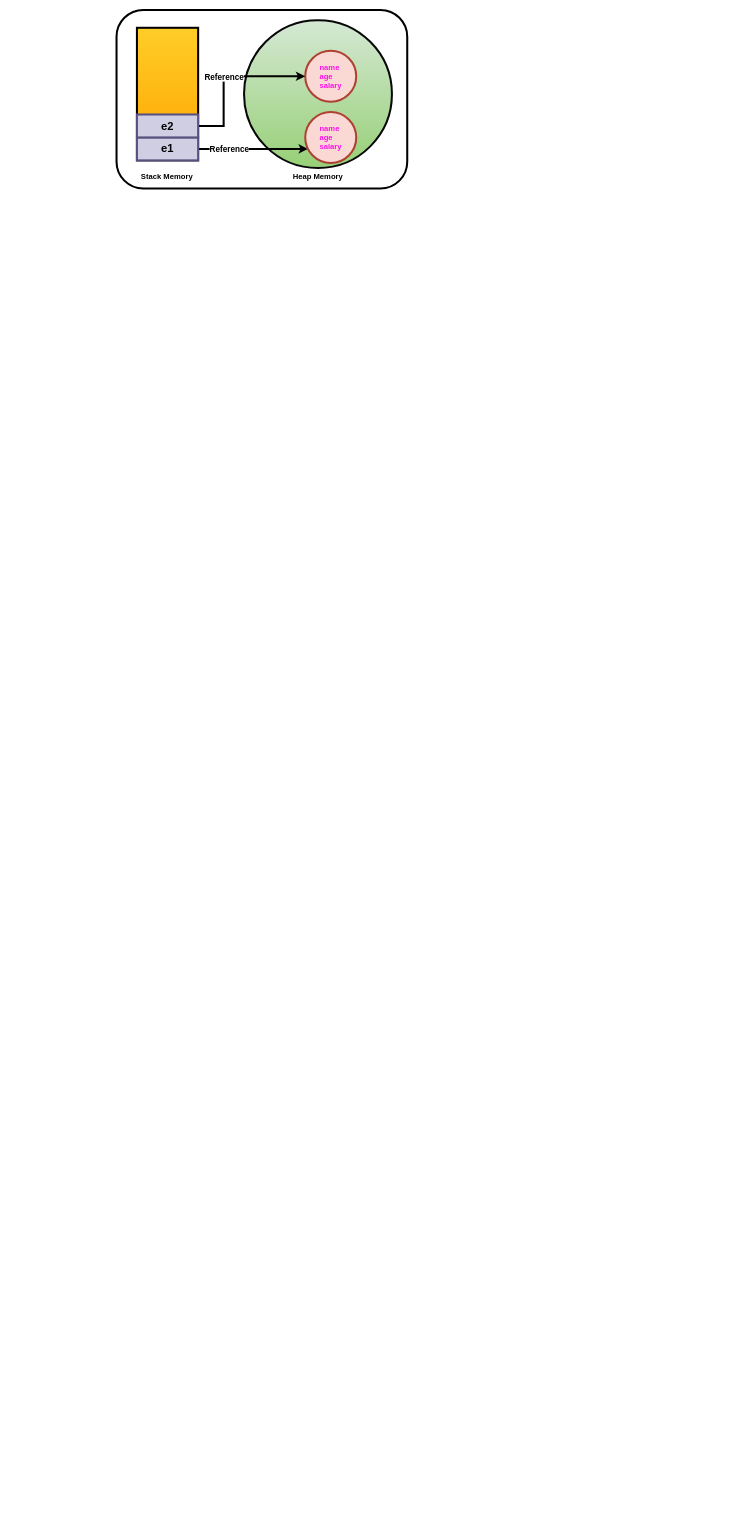
This is page "Page-4" (4 of 4) of AWS.drawio from Dhruv9066/Assignment, a draw.io file, before an edit. Source tidied: cells renumbered, new cells numbered last; positions are measured from the earlier drawing's top-left corner, leaving out a move shared by most shapes. Both pictures are drawn from the tidied source at 51%, with x=0, y=0 at pixel (116, 10).
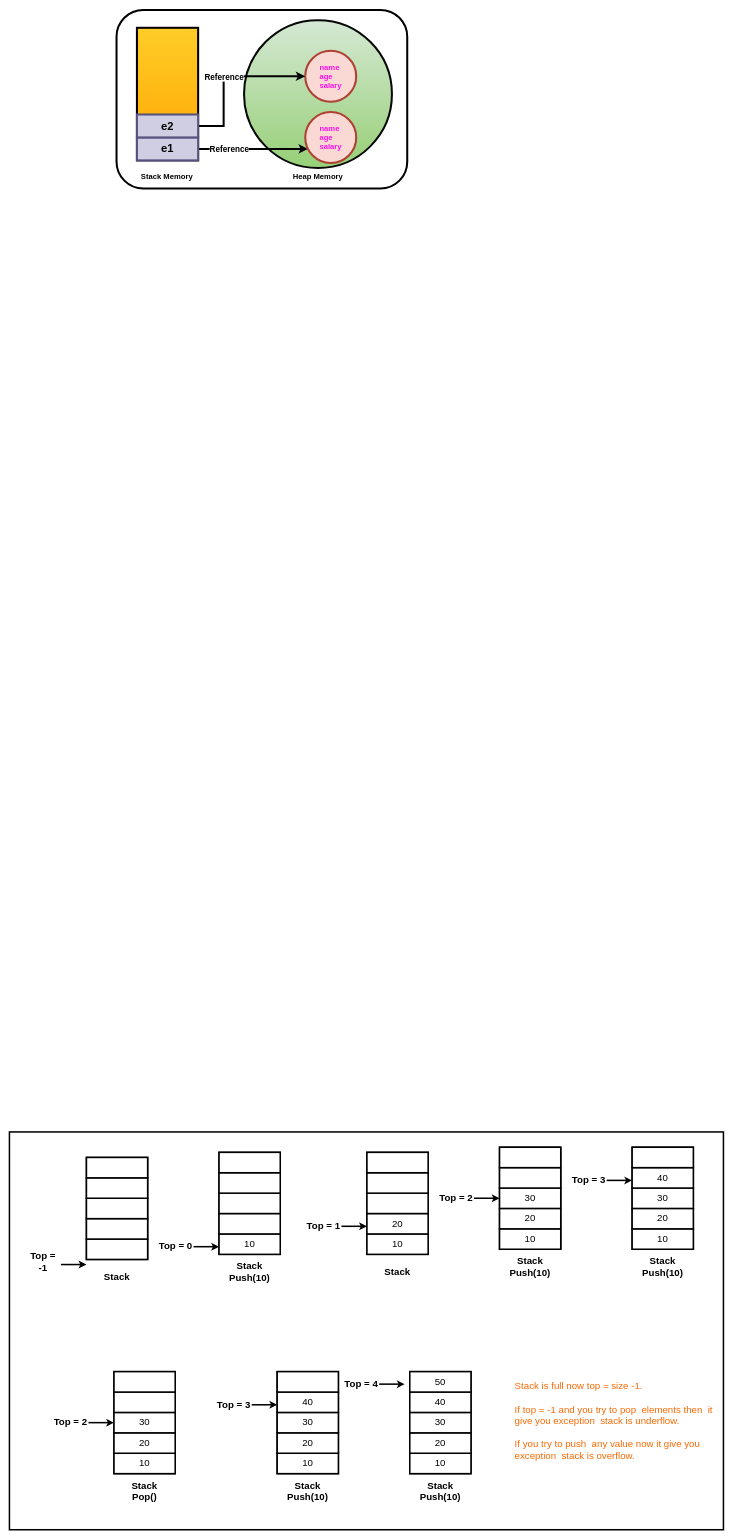
The same diagram, later.

The edit, as a diff of the source:
```diff
@@
+    <mxCell id="15" style="rounded=0;whiteSpace=wrap;html=1;strokeWidth=3;" parent="1" vertex="1">
+      <mxGeometry x="-210" y="2200" width="1400" height="780" as="geometry" />
+    </mxCell>
@@
+    <mxCell id="16" style="rounded=0;whiteSpace=wrap;html=1;fontSize=19;strokeWidth=3;" parent="1" vertex="1">
+      <mxGeometry x="-59" y="2250" width="120" height="200" as="geometry" />
+    </mxCell>
+    <mxCell id="17" style="rounded=0;whiteSpace=wrap;html=1;fontSize=19;strokeWidth=3;" parent="1" vertex="1">
+      <mxGeometry x="-59" y="2410" width="120" height="40" as="geometry" />
+    </mxCell>
+    <mxCell id="18" style="rounded=0;whiteSpace=wrap;html=1;fontSize=19;strokeWidth=3;" parent="1" vertex="1">
+      <mxGeometry x="-59" y="2370" width="120" height="40" as="geometry" />
+    </mxCell>
+    <mxCell id="19" style="rounded=0;whiteSpace=wrap;html=1;fontSize=19;strokeWidth=3;" parent="1" vertex="1">
+      <mxGeometry x="-59" y="2330" width="120" height="40" as="geometry" />
+    </mxCell>
+    <mxCell id="20" style="rounded=0;whiteSpace=wrap;html=1;fontSize=19;strokeWidth=3;" parent="1" vertex="1">
+      <mxGeometry x="-59" y="2290" width="120" height="40" as="geometry" />
+    </mxCell>
+    <mxCell id="21" style="rounded=0;whiteSpace=wrap;html=1;fontSize=19;strokeWidth=3;" parent="1" vertex="1">
+      <mxGeometry x="-59" y="2250" width="120" height="40" as="geometry" />
+    </mxCell>
+    <mxCell id="22" value="&lt;font style=&quot;font-size: 19px;&quot;&gt;&lt;b style=&quot;font-size: 19px;&quot;&gt;Stack&lt;/b&gt;&lt;/font&gt;" style="text;html=1;strokeColor=none;fillColor=none;align=center;verticalAlign=middle;whiteSpace=wrap;rounded=0;fontSize=19;strokeWidth=3;" parent="1" vertex="1">
+      <mxGeometry x="-49" y="2470" width="100" height="30" as="geometry" />
+    </mxCell>
+    <mxCell id="23" style="endArrow=classic;html=1;rounded=0;fontSize=19;strokeWidth=3;" parent="1" edge="1">
+      <mxGeometry relative="1" as="geometry">
+        <mxPoint x="-109" y="2460" as="sourcePoint" />
+        <mxPoint x="-59" y="2460" as="targetPoint" />
+      </mxGeometry>
+    </mxCell>
+    <mxCell id="24" value="&lt;b style=&quot;font-size: 19px;&quot;&gt;&lt;font style=&quot;font-size: 19px;&quot;&gt;Top = -1&lt;/font&gt;&lt;/b&gt;" style="text;html=1;strokeColor=none;fillColor=none;align=center;verticalAlign=middle;whiteSpace=wrap;rounded=0;fontSize=19;strokeWidth=3;" parent="1" vertex="1">
+      <mxGeometry x="-179" y="2440" width="70" height="30" as="geometry" />
+    </mxCell>
+    <mxCell id="25" style="rounded=0;whiteSpace=wrap;html=1;fontSize=19;strokeWidth=3;" parent="1" vertex="1">
+      <mxGeometry x="201" y="2240" width="120" height="200" as="geometry" />
+    </mxCell>
+    <mxCell id="26" value="10" style="rounded=0;whiteSpace=wrap;html=1;fontSize=19;strokeWidth=3;" parent="1" vertex="1">
+      <mxGeometry x="201" y="2400" width="120" height="40" as="geometry" />
+    </mxCell>
+    <mxCell id="27" style="rounded=0;whiteSpace=wrap;html=1;fontSize=19;strokeWidth=3;" parent="1" vertex="1">
+      <mxGeometry x="201" y="2360" width="120" height="40" as="geometry" />
+    </mxCell>
+    <mxCell id="28" style="rounded=0;whiteSpace=wrap;html=1;fontSize=19;strokeWidth=3;" parent="1" vertex="1">
+      <mxGeometry x="201" y="2320" width="120" height="40" as="geometry" />
+    </mxCell>
+    <mxCell id="29" style="rounded=0;whiteSpace=wrap;html=1;fontSize=19;strokeWidth=3;" parent="1" vertex="1">
+      <mxGeometry x="201" y="2280" width="120" height="40" as="geometry" />
+    </mxCell>
+    <mxCell id="30" style="rounded=0;whiteSpace=wrap;html=1;fontSize=19;strokeWidth=3;" parent="1" vertex="1">
+      <mxGeometry x="201" y="2240" width="120" height="40" as="geometry" />
+    </mxCell>
+    <mxCell id="31" value="&lt;font style=&quot;font-size: 19px;&quot;&gt;&lt;b style=&quot;font-size: 19px;&quot;&gt;Stack&lt;br style=&quot;font-size: 19px;&quot;&gt;Push(10)&lt;br style=&quot;font-size: 19px;&quot;&gt;&lt;/b&gt;&lt;/font&gt;" style="text;html=1;strokeColor=none;fillColor=none;align=center;verticalAlign=middle;whiteSpace=wrap;rounded=0;fontSize=19;strokeWidth=3;" parent="1" vertex="1">
+      <mxGeometry x="211" y="2460" width="100" height="30" as="geometry" />
+    </mxCell>
+    <mxCell id="32" style="endArrow=classic;html=1;rounded=0;fontSize=19;strokeWidth=3;" parent="1" edge="1">
+      <mxGeometry relative="1" as="geometry">
+        <mxPoint x="151" y="2425" as="sourcePoint" />
+        <mxPoint x="201" y="2425" as="targetPoint" />
+      </mxGeometry>
+    </mxCell>
+    <mxCell id="33" value="&lt;b style=&quot;font-size: 19px;&quot;&gt;&lt;font style=&quot;font-size: 19px;&quot;&gt;Top = 0&lt;/font&gt;&lt;/b&gt;" style="text;html=1;strokeColor=none;fillColor=none;align=center;verticalAlign=middle;whiteSpace=wrap;rounded=0;fontSize=19;strokeWidth=3;" parent="1" vertex="1">
+      <mxGeometry x="81" y="2410" width="70" height="30" as="geometry" />
+    </mxCell>
+    <mxCell id="34" style="rounded=0;whiteSpace=wrap;html=1;fontSize=19;strokeWidth=3;" parent="1" vertex="1">
+      <mxGeometry x="491" y="2240" width="120" height="200" as="geometry" />
+    </mxCell>
+    <mxCell id="35" value="10" style="rounded=0;whiteSpace=wrap;html=1;fontSize=19;strokeWidth=3;" parent="1" vertex="1">
+      <mxGeometry x="491" y="2400" width="120" height="40" as="geometry" />
+    </mxCell>
+    <mxCell id="36" value="20" style="rounded=0;whiteSpace=wrap;html=1;fontSize=19;strokeWidth=3;" parent="1" vertex="1">
+      <mxGeometry x="491" y="2360" width="120" height="40" as="geometry" />
+    </mxCell>
+    <mxCell id="37" style="rounded=0;whiteSpace=wrap;html=1;fontSize=19;strokeWidth=3;" parent="1" vertex="1">
+      <mxGeometry x="491" y="2320" width="120" height="40" as="geometry" />
+    </mxCell>
+    <mxCell id="38" style="rounded=0;whiteSpace=wrap;html=1;fontSize=19;strokeWidth=3;" parent="1" vertex="1">
+      <mxGeometry x="491" y="2280" width="120" height="40" as="geometry" />
+    </mxCell>
+    <mxCell id="39" style="rounded=0;whiteSpace=wrap;html=1;fontSize=19;strokeWidth=3;" parent="1" vertex="1">
+      <mxGeometry x="491" y="2240" width="120" height="40" as="geometry" />
+    </mxCell>
+    <mxCell id="40" value="&lt;font style=&quot;font-size: 19px;&quot;&gt;&lt;b style=&quot;font-size: 19px;&quot;&gt;Stack&lt;/b&gt;&lt;/font&gt;" style="text;html=1;strokeColor=none;fillColor=none;align=center;verticalAlign=middle;whiteSpace=wrap;rounded=0;fontSize=19;strokeWidth=3;" parent="1" vertex="1">
+      <mxGeometry x="501" y="2460" width="100" height="30" as="geometry" />
+    </mxCell>
+    <mxCell id="41" style="endArrow=classic;html=1;rounded=0;fontSize=19;strokeWidth=3;" parent="1" edge="1">
+      <mxGeometry relative="1" as="geometry">
+        <mxPoint x="441" y="2385" as="sourcePoint" />
+        <mxPoint x="491" y="2385" as="targetPoint" />
+      </mxGeometry>
+    </mxCell>
+    <mxCell id="42" value="&lt;b style=&quot;font-size: 19px;&quot;&gt;&lt;font style=&quot;font-size: 19px;&quot;&gt;Top = 1&lt;/font&gt;&lt;/b&gt;" style="text;html=1;strokeColor=none;fillColor=none;align=center;verticalAlign=middle;whiteSpace=wrap;rounded=0;fontSize=19;strokeWidth=3;" parent="1" vertex="1">
+      <mxGeometry x="371" y="2370" width="70" height="30" as="geometry" />
+    </mxCell>
+    <mxCell id="43" style="rounded=0;whiteSpace=wrap;html=1;fontSize=19;strokeWidth=3;" parent="1" vertex="1">
+      <mxGeometry x="751" y="2230" width="120" height="200" as="geometry" />
+    </mxCell>
+    <mxCell id="44" value="10" style="rounded=0;whiteSpace=wrap;html=1;fontSize=19;strokeWidth=3;" parent="1" vertex="1">
+      <mxGeometry x="751" y="2390" width="120" height="40" as="geometry" />
+    </mxCell>
+    <mxCell id="45" value="20" style="rounded=0;whiteSpace=wrap;html=1;fontSize=19;strokeWidth=3;" parent="1" vertex="1">
+      <mxGeometry x="751" y="2350" width="120" height="40" as="geometry" />
+    </mxCell>
+    <mxCell id="46" value="30" style="rounded=0;whiteSpace=wrap;html=1;fontSize=19;strokeWidth=3;" parent="1" vertex="1">
+      <mxGeometry x="751" y="2310" width="120" height="40" as="geometry" />
+    </mxCell>
+    <mxCell id="47" style="rounded=0;whiteSpace=wrap;html=1;fontSize=19;strokeWidth=3;" parent="1" vertex="1">
+      <mxGeometry x="751" y="2270" width="120" height="40" as="geometry" />
+    </mxCell>
+    <mxCell id="48" style="rounded=0;whiteSpace=wrap;html=1;fontSize=19;strokeWidth=3;" parent="1" vertex="1">
+      <mxGeometry x="751" y="2230" width="120" height="40" as="geometry" />
+    </mxCell>
+    <mxCell id="49" value="&lt;font style=&quot;font-size: 19px;&quot;&gt;&lt;b style=&quot;font-size: 19px;&quot;&gt;Stack&lt;br style=&quot;font-size: 19px;&quot;&gt;Push(10)&lt;br style=&quot;font-size: 19px;&quot;&gt;&lt;/b&gt;&lt;/font&gt;" style="text;html=1;strokeColor=none;fillColor=none;align=center;verticalAlign=middle;whiteSpace=wrap;rounded=0;fontSize=19;strokeWidth=3;" parent="1" vertex="1">
+      <mxGeometry x="761" y="2450" width="100" height="30" as="geometry" />
+    </mxCell>
+    <mxCell id="50" style="endArrow=classic;html=1;rounded=0;fontSize=19;strokeWidth=3;" parent="1" edge="1">
+      <mxGeometry relative="1" as="geometry">
+        <mxPoint x="701" y="2330" as="sourcePoint" />
+        <mxPoint x="751" y="2330" as="targetPoint" />
+      </mxGeometry>
+    </mxCell>
+    <mxCell id="51" value="&lt;b style=&quot;font-size: 19px;&quot;&gt;&lt;font style=&quot;font-size: 19px;&quot;&gt;Top = 2&lt;/font&gt;&lt;/b&gt;" style="text;html=1;strokeColor=none;fillColor=none;align=center;verticalAlign=middle;whiteSpace=wrap;rounded=0;fontSize=19;strokeWidth=3;" parent="1" vertex="1">
+      <mxGeometry x="631" y="2315" width="70" height="30" as="geometry" />
+    </mxCell>
+    <mxCell id="52" style="rounded=0;whiteSpace=wrap;html=1;fontSize=19;strokeWidth=3;" parent="1" vertex="1">
+      <mxGeometry x="1011" y="2230" width="120" height="200" as="geometry" />
+    </mxCell>
+    <mxCell id="53" value="10" style="rounded=0;whiteSpace=wrap;html=1;fontSize=19;strokeWidth=3;" parent="1" vertex="1">
+      <mxGeometry x="1011" y="2390" width="120" height="40" as="geometry" />
+    </mxCell>
+    <mxCell id="54" value="20" style="rounded=0;whiteSpace=wrap;html=1;fontSize=19;strokeWidth=3;" parent="1" vertex="1">
+      <mxGeometry x="1011" y="2350" width="120" height="40" as="geometry" />
+    </mxCell>
+    <mxCell id="55" value="30" style="rounded=0;whiteSpace=wrap;html=1;fontSize=19;strokeWidth=3;" parent="1" vertex="1">
+      <mxGeometry x="1011" y="2310" width="120" height="40" as="geometry" />
+    </mxCell>
+    <mxCell id="56" value="40" style="rounded=0;whiteSpace=wrap;html=1;fontSize=19;strokeWidth=3;" parent="1" vertex="1">
+      <mxGeometry x="1011" y="2270" width="120" height="40" as="geometry" />
+    </mxCell>
+    <mxCell id="57" style="rounded=0;whiteSpace=wrap;html=1;fontSize=19;strokeWidth=3;" parent="1" vertex="1">
+      <mxGeometry x="1011" y="2230" width="120" height="40" as="geometry" />
+    </mxCell>
+    <mxCell id="58" value="&lt;font style=&quot;font-size: 19px;&quot;&gt;&lt;b style=&quot;font-size: 19px;&quot;&gt;Stack&lt;br style=&quot;font-size: 19px;&quot;&gt;Push(10)&lt;br style=&quot;font-size: 19px;&quot;&gt;&lt;/b&gt;&lt;/font&gt;" style="text;html=1;strokeColor=none;fillColor=none;align=center;verticalAlign=middle;whiteSpace=wrap;rounded=0;fontSize=19;strokeWidth=3;" parent="1" vertex="1">
+      <mxGeometry x="1021" y="2450" width="100" height="30" as="geometry" />
+    </mxCell>
+    <mxCell id="59" style="endArrow=classic;html=1;rounded=0;fontSize=19;strokeWidth=3;" parent="1" edge="1">
+      <mxGeometry relative="1" as="geometry">
+        <mxPoint x="961" y="2295" as="sourcePoint" />
+        <mxPoint x="1011" y="2295" as="targetPoint" />
+      </mxGeometry>
+    </mxCell>
+    <mxCell id="60" value="&lt;b style=&quot;font-size: 19px;&quot;&gt;&lt;font style=&quot;font-size: 19px;&quot;&gt;Top = 3&lt;/font&gt;&lt;/b&gt;" style="text;html=1;strokeColor=none;fillColor=none;align=center;verticalAlign=middle;whiteSpace=wrap;rounded=0;fontSize=19;strokeWidth=3;" parent="1" vertex="1">
+      <mxGeometry x="891" y="2280" width="70" height="30" as="geometry" />
+    </mxCell>
+    <mxCell id="61" style="rounded=0;whiteSpace=wrap;html=1;fontSize=19;strokeWidth=3;" parent="1" vertex="1">
+      <mxGeometry x="-5" y="2670" width="120" height="200" as="geometry" />
+    </mxCell>
+    <mxCell id="62" value="10" style="rounded=0;whiteSpace=wrap;html=1;fontSize=19;strokeWidth=3;" parent="1" vertex="1">
+      <mxGeometry x="-5" y="2830" width="120" height="40" as="geometry" />
+    </mxCell>
+    <mxCell id="63" value="20" style="rounded=0;whiteSpace=wrap;html=1;fontSize=19;strokeWidth=3;" parent="1" vertex="1">
+      <mxGeometry x="-5" y="2790" width="120" height="40" as="geometry" />
+    </mxCell>
+    <mxCell id="64" value="30" style="rounded=0;whiteSpace=wrap;html=1;fontSize=19;strokeWidth=3;" parent="1" vertex="1">
+      <mxGeometry x="-5" y="2750" width="120" height="40" as="geometry" />
+    </mxCell>
+    <mxCell id="65" style="rounded=0;whiteSpace=wrap;html=1;fontSize=19;strokeWidth=3;" parent="1" vertex="1">
+      <mxGeometry x="-5" y="2710" width="120" height="40" as="geometry" />
+    </mxCell>
+    <mxCell id="66" style="rounded=0;whiteSpace=wrap;html=1;fontSize=19;strokeWidth=3;" parent="1" vertex="1">
+      <mxGeometry x="-5" y="2670" width="120" height="40" as="geometry" />
+    </mxCell>
+    <mxCell id="67" value="&lt;font style=&quot;font-size: 19px;&quot;&gt;&lt;b style=&quot;font-size: 19px;&quot;&gt;Stack&lt;br style=&quot;font-size: 19px;&quot;&gt;Pop()&lt;br style=&quot;font-size: 19px;&quot;&gt;&lt;/b&gt;&lt;/font&gt;" style="text;html=1;strokeColor=none;fillColor=none;align=center;verticalAlign=middle;whiteSpace=wrap;rounded=0;fontSize=19;strokeWidth=3;" parent="1" vertex="1">
+      <mxGeometry x="5" y="2890" width="100" height="30" as="geometry" />
+    </mxCell>
+    <mxCell id="68" style="endArrow=classic;html=1;rounded=0;fontSize=19;strokeWidth=3;" parent="1" edge="1">
+      <mxGeometry relative="1" as="geometry">
+        <mxPoint x="-55" y="2770" as="sourcePoint" />
+        <mxPoint x="-5" y="2770" as="targetPoint" />
+      </mxGeometry>
+    </mxCell>
+    <mxCell id="69" value="&lt;b style=&quot;font-size: 19px;&quot;&gt;&lt;font style=&quot;font-size: 19px;&quot;&gt;Top = 2&lt;/font&gt;&lt;/b&gt;" style="text;html=1;strokeColor=none;fillColor=none;align=center;verticalAlign=middle;whiteSpace=wrap;rounded=0;fontSize=19;strokeWidth=3;" parent="1" vertex="1">
+      <mxGeometry x="-125" y="2755" width="70" height="30" as="geometry" />
+    </mxCell>
+    <mxCell id="70" style="rounded=0;whiteSpace=wrap;html=1;fontSize=19;strokeWidth=3;" parent="1" vertex="1">
+      <mxGeometry x="315" y="2670" width="120" height="200" as="geometry" />
+    </mxCell>
+    <mxCell id="71" value="10" style="rounded=0;whiteSpace=wrap;html=1;fontSize=19;strokeWidth=3;" parent="1" vertex="1">
+      <mxGeometry x="315" y="2830" width="120" height="40" as="geometry" />
+    </mxCell>
+    <mxCell id="72" value="20" style="rounded=0;whiteSpace=wrap;html=1;fontSize=19;strokeWidth=3;" parent="1" vertex="1">
+      <mxGeometry x="315" y="2790" width="120" height="40" as="geometry" />
+    </mxCell>
+    <mxCell id="73" value="30" style="rounded=0;whiteSpace=wrap;html=1;fontSize=19;strokeWidth=3;" parent="1" vertex="1">
+      <mxGeometry x="315" y="2750" width="120" height="40" as="geometry" />
+    </mxCell>
+    <mxCell id="74" value="40" style="rounded=0;whiteSpace=wrap;html=1;fontSize=19;strokeWidth=3;" parent="1" vertex="1">
+      <mxGeometry x="315" y="2710" width="120" height="40" as="geometry" />
+    </mxCell>
+    <mxCell id="75" style="rounded=0;whiteSpace=wrap;html=1;fontSize=19;strokeWidth=3;" parent="1" vertex="1">
+      <mxGeometry x="315" y="2670" width="120" height="40" as="geometry" />
+    </mxCell>
+    <mxCell id="76" value="&lt;font style=&quot;font-size: 19px;&quot;&gt;&lt;b style=&quot;font-size: 19px;&quot;&gt;Stack&lt;br style=&quot;font-size: 19px;&quot;&gt;Push(10)&lt;br style=&quot;font-size: 19px;&quot;&gt;&lt;/b&gt;&lt;/font&gt;" style="text;html=1;strokeColor=none;fillColor=none;align=center;verticalAlign=middle;whiteSpace=wrap;rounded=0;fontSize=19;strokeWidth=3;" parent="1" vertex="1">
+      <mxGeometry x="325" y="2890" width="100" height="30" as="geometry" />
+    </mxCell>
+    <mxCell id="77" style="endArrow=classic;html=1;rounded=0;fontSize=19;strokeWidth=3;" parent="1" edge="1">
+      <mxGeometry relative="1" as="geometry">
+        <mxPoint x="265" y="2735" as="sourcePoint" />
+        <mxPoint x="315" y="2735" as="targetPoint" />
+      </mxGeometry>
+    </mxCell>
+    <mxCell id="78" value="&lt;b style=&quot;font-size: 19px;&quot;&gt;&lt;font style=&quot;font-size: 19px;&quot;&gt;Top = 3&lt;/font&gt;&lt;/b&gt;" style="text;html=1;strokeColor=none;fillColor=none;align=center;verticalAlign=middle;whiteSpace=wrap;rounded=0;fontSize=19;strokeWidth=3;" parent="1" vertex="1">
+      <mxGeometry x="195" y="2720" width="70" height="30" as="geometry" />
+    </mxCell>
+    <mxCell id="79" style="rounded=0;whiteSpace=wrap;html=1;fontSize=19;strokeWidth=3;" parent="1" vertex="1">
+      <mxGeometry x="575" y="2670" width="120" height="200" as="geometry" />
+    </mxCell>
+    <mxCell id="80" value="10" style="rounded=0;whiteSpace=wrap;html=1;fontSize=19;strokeWidth=3;" parent="1" vertex="1">
+      <mxGeometry x="575" y="2830" width="120" height="40" as="geometry" />
+    </mxCell>
+    <mxCell id="81" value="20" style="rounded=0;whiteSpace=wrap;html=1;fontSize=19;strokeWidth=3;" parent="1" vertex="1">
+      <mxGeometry x="575" y="2790" width="120" height="40" as="geometry" />
+    </mxCell>
+    <mxCell id="82" value="30" style="rounded=0;whiteSpace=wrap;html=1;fontSize=19;strokeWidth=3;" parent="1" vertex="1">
+      <mxGeometry x="575" y="2750" width="120" height="40" as="geometry" />
+    </mxCell>
+    <mxCell id="83" value="40" style="rounded=0;whiteSpace=wrap;html=1;fontSize=19;strokeWidth=3;" parent="1" vertex="1">
+      <mxGeometry x="575" y="2710" width="120" height="40" as="geometry" />
+    </mxCell>
+    <mxCell id="84" value="50" style="rounded=0;whiteSpace=wrap;html=1;fontSize=19;strokeWidth=3;" parent="1" vertex="1">
+      <mxGeometry x="575" y="2670" width="120" height="40" as="geometry" />
+    </mxCell>
+    <mxCell id="85" value="&lt;font style=&quot;font-size: 19px;&quot;&gt;&lt;b style=&quot;font-size: 19px;&quot;&gt;Stack&lt;br style=&quot;font-size: 19px;&quot;&gt;Push(10)&lt;br style=&quot;font-size: 19px;&quot;&gt;&lt;/b&gt;&lt;/font&gt;" style="text;html=1;strokeColor=none;fillColor=none;align=center;verticalAlign=middle;whiteSpace=wrap;rounded=0;fontSize=19;strokeWidth=3;" parent="1" vertex="1">
+      <mxGeometry x="585" y="2890" width="100" height="30" as="geometry" />
+    </mxCell>
+    <mxCell id="86" style="endArrow=classic;html=1;rounded=0;fontSize=19;strokeWidth=3;" parent="1" edge="1">
+      <mxGeometry relative="1" as="geometry">
+        <mxPoint x="515" y="2694.5" as="sourcePoint" />
+        <mxPoint x="565" y="2694.5" as="targetPoint" />
+      </mxGeometry>
+    </mxCell>
+    <mxCell id="87" value="&lt;b style=&quot;font-size: 19px;&quot;&gt;&lt;font style=&quot;font-size: 19px;&quot;&gt;Top = 4&lt;/font&gt;&lt;/b&gt;" style="text;html=1;strokeColor=none;fillColor=none;align=center;verticalAlign=middle;whiteSpace=wrap;rounded=0;fontSize=19;strokeWidth=3;" parent="1" vertex="1">
+      <mxGeometry x="445" y="2680" width="70" height="30" as="geometry" />
+    </mxCell>
+    <mxCell id="88" value="&lt;div style=&quot;text-align: justify; font-size: 19px;&quot;&gt;&lt;span style=&quot;background-color: initial; font-size: 19px;&quot;&gt;&lt;font color=&quot;#fa6800&quot; style=&quot;font-size: 19px;&quot;&gt;Stack is full now top = size -1.&lt;/font&gt;&lt;/span&gt;&lt;/div&gt;&lt;div style=&quot;text-align: justify; font-size: 19px;&quot;&gt;&lt;span style=&quot;background-color: initial; font-size: 19px;&quot;&gt;&lt;font color=&quot;#fa6800&quot; style=&quot;font-size: 19px;&quot;&gt;&lt;br style=&quot;font-size: 19px;&quot;&gt;&lt;/font&gt;&lt;/span&gt;&lt;/div&gt;&lt;font style=&quot;font-size: 19px;&quot;&gt;&lt;div style=&quot;text-align: left; font-size: 19px;&quot;&gt;&lt;font color=&quot;#fa6800&quot; style=&quot;font-size: 19px;&quot;&gt;&lt;span style=&quot;background-color: initial; font-size: 19px;&quot;&gt;If top = -1 and you try to pop&amp;nbsp; elements then&amp;nbsp; it give you exception&amp;nbsp; stack is underflow.&lt;/span&gt;&lt;br style=&quot;font-size: 19px;&quot;&gt;&lt;/font&gt;&lt;/div&gt;&lt;div style=&quot;text-align: left; font-size: 19px;&quot;&gt;&lt;span style=&quot;background-color: initial; font-size: 19px;&quot;&gt;&lt;font color=&quot;#fa6800&quot; style=&quot;font-size: 19px;&quot;&gt;&lt;br style=&quot;font-size: 19px;&quot;&gt;&lt;/font&gt;&lt;/span&gt;&lt;/div&gt;&lt;div style=&quot;text-align: left; font-size: 19px;&quot;&gt;&lt;font color=&quot;#fa6800&quot; style=&quot;font-size: 19px;&quot;&gt;If you try to push&amp;nbsp; any value now it give you exception&amp;nbsp; stack is overflow.&lt;span style=&quot;background-color: initial; font-size: 19px;&quot;&gt;&lt;br style=&quot;font-size: 19px;&quot;&gt;&lt;/span&gt;&lt;/font&gt;&lt;/div&gt;&lt;div style=&quot;text-align: left; font-size: 19px;&quot;&gt;&lt;span style=&quot;background-color: initial; font-size: 19px;&quot;&gt;&lt;font color=&quot;#fa6800&quot; style=&quot;font-size: 19px;&quot;&gt;&lt;br style=&quot;font-size: 19px;&quot;&gt;&lt;/font&gt;&lt;/span&gt;&lt;/div&gt;&lt;div style=&quot;text-align: left; font-size: 19px;&quot;&gt;&lt;span style=&quot;background-color: initial; font-size: 19px;&quot;&gt;&lt;br style=&quot;font-size: 19px;&quot;&gt;&lt;/span&gt;&lt;/div&gt;&lt;/font&gt;" style="text;html=1;strokeColor=none;fillColor=none;align=center;verticalAlign=middle;whiteSpace=wrap;rounded=0;fontSize=19;strokeWidth=3;" parent="1" vertex="1">
+      <mxGeometry x="780" y="2690" width="400" height="200" as="geometry" />
+    </mxCell>
```
